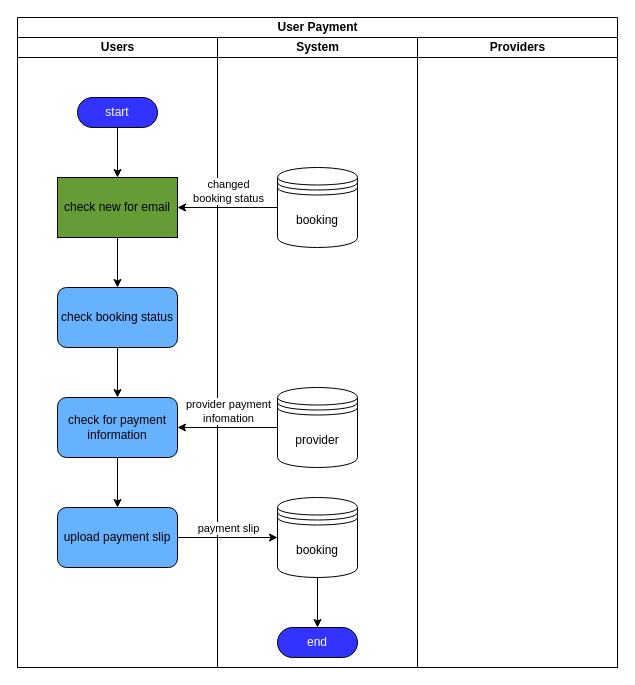
thunwara/BanPinExploreDocument keeps this draw.io diagram as page "user payment" (7 of 9) of banpin_app_data_flow.drawio. Above is the earlier version. Source tidied: cells renumbered, new cells numbered last; positions are measured from the earlier drawing's top-left corner, leaving out a move shared by most shapes. Both pictures are drawn from the tidied source at 100%, with x=0, y=0 at pixel (17, 17).
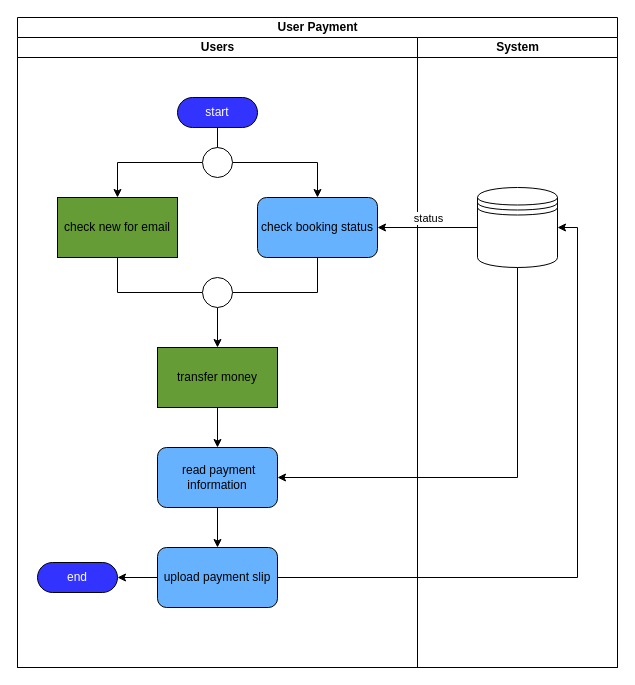
After the change.

Unchanged cells that the change refers to:
```xml
<mxCell id="2" value="User Payment" style="swimlane;startSize=20;html=1;" parent="1" vertex="1">
  <mxGeometry width="600" height="650" as="geometry" />
</mxCell>
```

What changed in the source:
```diff
@@
     <mxCell id="3" value="Users" style="swimlane;startSize=20;html=1;" parent="2" vertex="1">
-      <mxGeometry y="20" width="200" height="630" as="geometry" />
+      <mxGeometry y="20" width="400" height="630" as="geometry" />
     </mxCell>
-    <mxCell id="4" style="edgeStyle=orthogonalEdgeStyle;rounded=0;jettySize=auto;html=1;entryX=0.5;entryY=0;entryDx=0;entryDy=0;" parent="3" edge="1" source="5" target="9">
-      <mxGeometry relative="1" as="geometry" />
-    </mxCell>
+    <mxCell id="26" style="edgeStyle=orthogonalEdgeStyle;rounded=0;jettySize=auto;html=1;entryX=0.5;entryY=0;entryDx=0;entryDy=0;endArrow=none;endFill=0;" parent="3" edge="1" source="5" target="31">
+      <mxGeometry relative="1" as="geometry" />
+    </mxCell>
     <mxCell id="5" value="start" style="html=1;dashed=0;whiteSpace=wrap;shape=mxgraph.dfd.start;fillColor=#3333FF;fontColor=#FFFFFF;" parent="3" vertex="1">
-      <mxGeometry x="60" y="60" width="80" height="30" as="geometry" />
+      <mxGeometry x="160" y="60" width="80" height="30" as="geometry" />
     </mxCell>
-    <mxCell id="6" style="edgeStyle=orthogonalEdgeStyle;rounded=0;jettySize=auto;html=1;entryX=0.5;entryY=0;entryDx=0;entryDy=0;" parent="3" edge="1" source="7" target="11">
-      <mxGeometry relative="1" as="geometry" />
-    </mxCell>
+    <mxCell id="27" style="edgeStyle=orthogonalEdgeStyle;rounded=0;jettySize=auto;html=1;endArrow=none;endFill=0;" parent="3" edge="1" source="7" target="33">
+      <mxGeometry relative="1" as="geometry">
+        <Array as="points">
+          <mxPoint x="300" y="255" />
+        </Array>
+      </mxGeometry>
+    </mxCell>
     <mxCell id="7" value="check booking status" style="rounded=1;whiteSpace=wrap;html=1;fillColor=#66B2FF;" parent="3" vertex="1">
-      <mxGeometry x="40" y="250" width="120" height="60" as="geometry" />
+      <mxGeometry x="240" y="160" width="120" height="60" as="geometry" />
     </mxCell>
-    <mxCell id="8" style="edgeStyle=orthogonalEdgeStyle;rounded=0;jettySize=auto;html=1;entryX=0.5;entryY=0;entryDx=0;entryDy=0;" parent="3" edge="1" source="9" target="7">
-      <mxGeometry relative="1" as="geometry" />
-    </mxCell>
+    <mxCell id="28" style="edgeStyle=orthogonalEdgeStyle;rounded=0;jettySize=auto;html=1;endArrow=none;endFill=0;entryX=0;entryY=0.5;entryDx=0;entryDy=0;" parent="3" edge="1" source="9" target="33">
+      <mxGeometry relative="1" as="geometry">
+        <Array as="points">
+          <mxPoint x="100" y="255" />
+        </Array>
+      </mxGeometry>
+    </mxCell>
     <mxCell id="9" value="check new for email" style="rounded=0;whiteSpace=wrap;html=1;fillColor=#669c35;" parent="3" vertex="1">
-      <mxGeometry x="40" y="140" width="120" height="60" as="geometry" />
+      <mxGeometry x="40" y="160" width="120" height="60" as="geometry" />
     </mxCell>
@@
-    <mxCell id="11" value="check for payment information" style="rounded=1;whiteSpace=wrap;html=1;fillColor=#66B2FF;" parent="3" vertex="1">
-      <mxGeometry x="40" y="360" width="120" height="60" as="geometry" />
+    <mxCell id="11" value="&amp;nbsp;read payment information" style="rounded=1;whiteSpace=wrap;html=1;fillColor=#66B2FF;" parent="3" vertex="1">
+      <mxGeometry x="140" y="410" width="120" height="60" as="geometry" />
     </mxCell>
     <mxCell id="12" value="upload payment slip" style="rounded=1;whiteSpace=wrap;html=1;fillColor=#66B2FF;" parent="3" vertex="1">
-      <mxGeometry x="40" y="470" width="120" height="60" as="geometry" />
+      <mxGeometry x="140" y="510" width="120" height="60" as="geometry" />
     </mxCell>
+    <mxCell id="29" style="edgeStyle=orthogonalEdgeStyle;rounded=0;jettySize=auto;html=1;" parent="3" edge="1" source="31" target="9">
+      <mxGeometry relative="1" as="geometry" />
+    </mxCell>
+    <mxCell id="30" style="edgeStyle=orthogonalEdgeStyle;rounded=0;jettySize=auto;html=1;" parent="3" edge="1" source="31" target="7">
+      <mxGeometry relative="1" as="geometry" />
+    </mxCell>
+    <mxCell id="31" style="ellipse;whiteSpace=wrap;html=1;" parent="3" vertex="1">
+      <mxGeometry x="185" y="110" width="30" height="30" as="geometry" />
+    </mxCell>
+    <mxCell id="32" style="edgeStyle=orthogonalEdgeStyle;rounded=0;jettySize=auto;html=1;entryX=0.5;entryY=0;entryDx=0;entryDy=0;" parent="3" edge="1" source="33" target="35">
+      <mxGeometry relative="1" as="geometry" />
+    </mxCell>
+    <mxCell id="33" style="ellipse;whiteSpace=wrap;html=1;" parent="3" vertex="1">
+      <mxGeometry x="185" y="240" width="30" height="30" as="geometry" />
+    </mxCell>
+    <mxCell id="34" style="edgeStyle=orthogonalEdgeStyle;rounded=0;jettySize=auto;html=1;entryX=0.5;entryY=0;entryDx=0;entryDy=0;" parent="3" edge="1" source="35" target="11">
+      <mxGeometry relative="1" as="geometry" />
+    </mxCell>
+    <mxCell id="35" value="transfer money" style="rounded=0;whiteSpace=wrap;html=1;fillColor=#669c35;" parent="3" vertex="1">
+      <mxGeometry x="140" y="310" width="120" height="60" as="geometry" />
+    </mxCell>
+    <mxCell id="17" value="end" style="html=1;dashed=0;whiteSpace=wrap;shape=mxgraph.dfd.start;fillColor=#3333FF;fontColor=#FFFFFF;" parent="3" vertex="1">
+      <mxGeometry x="20" y="525" width="80" height="30" as="geometry" />
+    </mxCell>
+    <mxCell id="36" style="edgeStyle=orthogonalEdgeStyle;rounded=0;jettySize=auto;html=1;entryX=1;entryY=0.5;entryDx=0;entryDy=0;entryPerimeter=0;" parent="3" edge="1" source="12" target="17">
+      <mxGeometry relative="1" as="geometry" />
+    </mxCell>
     <mxCell id="13" value="System" style="swimlane;startSize=20;html=1;" parent="2" vertex="1">
-      <mxGeometry x="200" y="20" width="200" height="630" as="geometry" />
+      <mxGeometry x="400" y="20" width="200" height="630" as="geometry" />
     </mxCell>
-    <mxCell id="14" value="booking" style="shape=datastore;whiteSpace=wrap;html=1;" parent="13" vertex="1">
-      <mxGeometry x="60" y="130" width="80" height="80" as="geometry" />
+    <mxCell id="14" style="shape=datastore;whiteSpace=wrap;html=1;" parent="13" vertex="1">
+      <mxGeometry x="60" y="150" width="80" height="80" as="geometry" />
     </mxCell>
-    <mxCell id="15" value="booking" style="shape=datastore;whiteSpace=wrap;html=1;" parent="13" vertex="1">
-      <mxGeometry x="60" y="460" width="80" height="80" as="geometry" />
-    </mxCell>
-    <mxCell id="16" value="provider" style="shape=datastore;whiteSpace=wrap;html=1;" parent="13" vertex="1">
-      <mxGeometry x="60" y="350" width="80" height="80" as="geometry" />
-    </mxCell>
-    <mxCell id="17" value="end" style="html=1;dashed=0;whiteSpace=wrap;shape=mxgraph.dfd.start;fillColor=#3333FF;fontColor=#FFFFFF;" parent="13" vertex="1">
-      <mxGeometry x="60" y="590" width="80" height="30" as="geometry" />
-    </mxCell>
-    <mxCell id="18" style="edgeStyle=orthogonalEdgeStyle;rounded=0;jettySize=auto;html=1;entryX=0.5;entryY=0.5;entryDx=0;entryDy=-15;entryPerimeter=0;" parent="13" edge="1" source="15" target="17">
-      <mxGeometry relative="1" as="geometry" />
-    </mxCell>
-    <mxCell id="19" value="Providers" style="swimlane;startSize=20;html=1;" parent="2" vertex="1">
-      <mxGeometry x="400" y="20" width="200" height="630" as="geometry" />
-    </mxCell>
-    <mxCell id="20" style="edgeStyle=orthogonalEdgeStyle;rounded=0;jettySize=auto;html=1;entryX=1;entryY=0.5;entryDx=0;entryDy=0;" parent="2" edge="1" source="14" target="9">
-      <mxGeometry relative="1" as="geometry" />
-    </mxCell>
-    <mxCell id="21" value="changed&lt;div&gt;booking status&lt;/div&gt;" style="edgeLabel;html=1;align=center;verticalAlign=middle;" parent="20" vertex="1">
-      <mxGeometry relative="1" as="geometry">
-        <mxPoint y="-17" as="offset" />
-      </mxGeometry>
-    </mxCell>
-    <mxCell id="22" style="edgeStyle=orthogonalEdgeStyle;rounded=0;jettySize=auto;html=1;entryX=0;entryY=0.5;entryDx=0;entryDy=0;" parent="2" edge="1" source="12" target="15">
-      <mxGeometry relative="1" as="geometry" />
-    </mxCell>
-    <mxCell id="23" value="payment slip" style="edgeLabel;html=1;align=center;verticalAlign=middle;" parent="22" vertex="1">
-      <mxGeometry relative="1" as="geometry">
-        <mxPoint y="-10" as="offset" />
-      </mxGeometry>
-    </mxCell>
-    <mxCell id="24" style="edgeStyle=orthogonalEdgeStyle;rounded=0;jettySize=auto;html=1;entryX=1;entryY=0.5;entryDx=0;entryDy=0;" parent="2" edge="1" source="16" target="11">
-      <mxGeometry relative="1" as="geometry" />
-    </mxCell>
-    <mxCell id="25" value="provider payment&lt;div&gt;infomation&lt;/div&gt;" style="edgeLabel;html=1;align=center;verticalAlign=middle;" parent="24" vertex="1">
-      <mxGeometry relative="1" as="geometry">
-        <mxPoint y="-17" as="offset" />
-      </mxGeometry>
-    </mxCell>
+    <mxCell id="37" style="edgeStyle=orthogonalEdgeStyle;rounded=0;jettySize=auto;html=1;entryX=1;entryY=0.5;entryDx=0;entryDy=0;" parent="2" edge="1" source="14" target="7">
+      <mxGeometry relative="1" as="geometry" />
+    </mxCell>
+    <mxCell id="38" value="status" style="edgeLabel;html=1;align=center;verticalAlign=middle;" parent="37" vertex="1">
+      <mxGeometry relative="1" as="geometry">
+        <mxPoint y="-10" as="offset" />
+      </mxGeometry>
+    </mxCell>
+    <mxCell id="39" style="edgeStyle=orthogonalEdgeStyle;rounded=0;jettySize=auto;html=1;entryX=1;entryY=0.5;entryDx=0;entryDy=0;" parent="2" edge="1" source="14" target="11">
+      <mxGeometry relative="1" as="geometry">
+        <Array as="points">
+          <mxPoint x="500" y="460" />
+        </Array>
+      </mxGeometry>
+    </mxCell>
+    <mxCell id="40" style="edgeStyle=orthogonalEdgeStyle;rounded=0;jettySize=auto;html=1;entryX=1;entryY=0.5;entryDx=0;entryDy=0;" parent="2" edge="1" source="12" target="14">
+      <mxGeometry relative="1" as="geometry" />
+    </mxCell>
```
